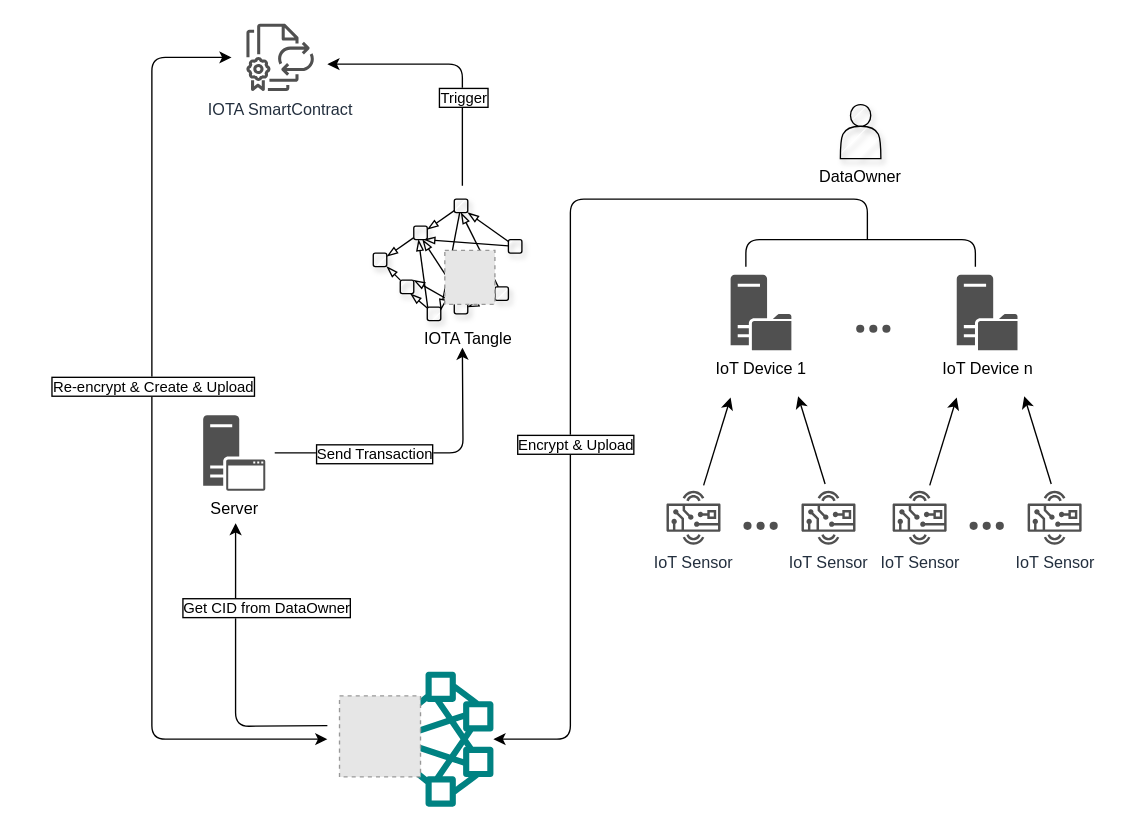
The draw.io diagram page "DataUploading" (3 of 5) of 碩論/Fig/Fig1.drawio in kuromasama/Paper, before the edit. Source tidied: cells renumbered, new cells numbered last; positions are measured from the earlier drawing's top-left corner, leaving out a move shared by most shapes. Both pictures are drawn from the tidied source at 135%, with x=0, y=0 at pixel (151, 23). Pictures stored in the file or linked from it are replaced by grey dashed boxes.
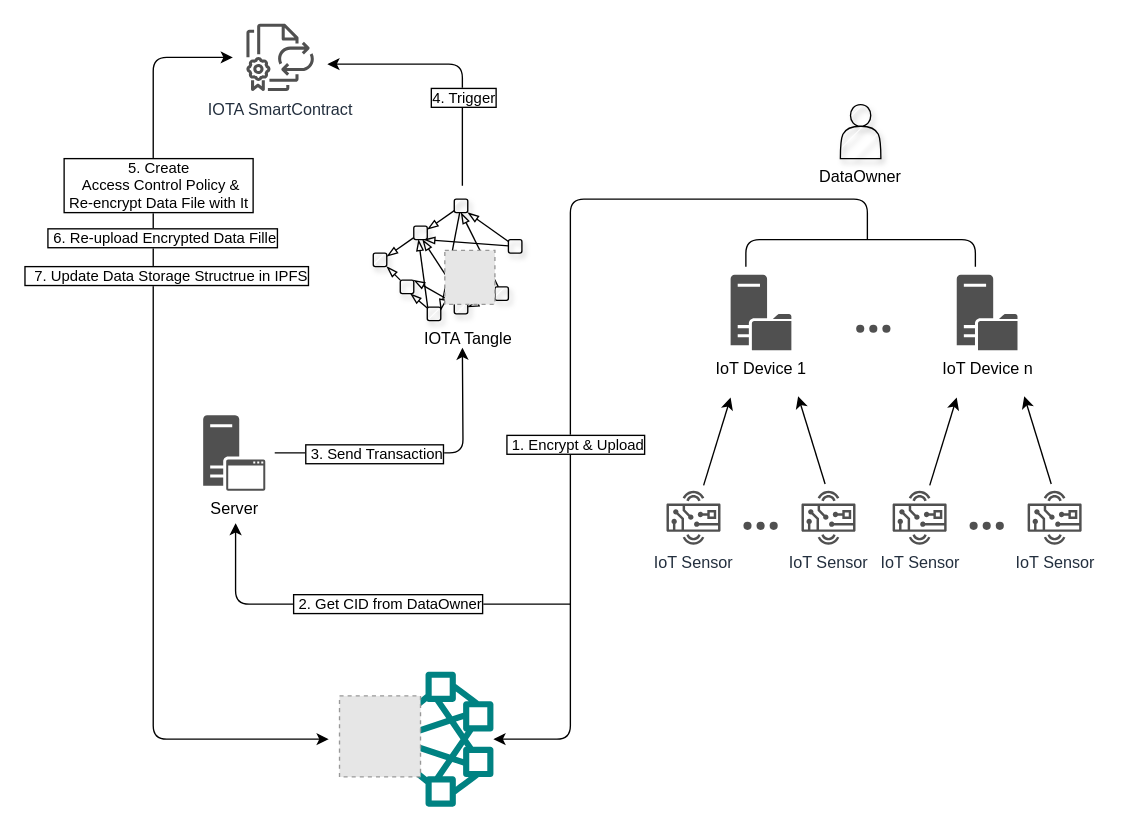
The same diagram, later.

The change refers to these unchanged cells:
```xml
<mxCell id="3" value="Server" style="sketch=0;shadow=0;dashed=0;html=1;strokeColor=none;fillColor=#505050;labelPosition=center;verticalLabelPosition=bottom;verticalAlign=top;outlineConnect=0;align=center;shape=mxgraph.office.servers.application_server;comic=0;fillStyle=auto;fontFamily=Helvetica;fontSize=12;fontColor=default;" parent="1" vertex="1">
  <mxGeometry x="38" y="290" width="46" height="56" as="geometry" />
</mxCell>
<mxCell id="4" style="edgeStyle=elbowEdgeStyle;rounded=1;jumpSize=6;orthogonalLoop=1;jettySize=auto;html=1;strokeWidth=1;fontFamily=Helvetica;fontSize=11;fontColor=none;sourcePerimeterSpacing=16;targetPerimeterSpacing=15;elbow=vertical;" parent="1" edge="1">
  <mxGeometry relative="1" as="geometry">
    <mxPoint x="230" y="120" as="sourcePoint" />
    <mxPoint x="130" y="30" as="targetPoint" />
    <Array as="points">
      <mxPoint x="220" y="30" />
      <mxPoint x="390" y="30" />
    </Array>
  </mxGeometry>
</mxCell>
<mxCell id="6" value="IOTA SmartContract" style="sketch=0;outlineConnect=0;fontColor=#232F3E;gradientColor=none;fillColor=#505050;strokeColor=none;dashed=0;verticalLabelPosition=bottom;verticalAlign=top;align=center;html=1;fontSize=12;fontStyle=0;shape=mxgraph.aws4.license_manager_license_blending;shadow=0;comic=0;fillStyle=auto;fontFamily=Helvetica;" parent="1" vertex="1">
  <mxGeometry x="70" width="50" height="50" as="geometry" />
</mxCell>
<mxCell id="58" style="edgeStyle=orthogonalEdgeStyle;rounded=1;jumpSize=6;jettySize=auto;html=1;strokeWidth=1;fontFamily=Helvetica;fontSize=11;fontColor=none;sourcePerimeterSpacing=7;elbow=vertical;endArrow=classic;endFill=1;" parent="1" edge="1" source="3">
  <mxGeometry relative="1" as="geometry">
    <mxPoint x="230" y="240" as="targetPoint" />
  </mxGeometry>
</mxCell>
<mxCell id="60" style="edgeStyle=orthogonalEdgeStyle;rounded=1;jettySize=auto;html=1;fontFamily=Helvetica;fontSize=12;fontColor=default;sourcePerimeterSpacing=6;endArrow=classic;endFill=1;" parent="1" edge="1" target="8">
  <mxGeometry relative="1" as="geometry">
    <mxPoint x="530" y="160" as="sourcePoint" />
    <Array as="points">
      <mxPoint x="310" y="130" />
      <mxPoint x="310" y="530" />
    </Array>
  </mxGeometry>
</mxCell>
```

Change to the diagram source:
```diff
@@
-    <mxCell id="5" value="Trigger" style="edgeLabel;html=1;align=center;verticalAlign=middle;fontSize=11;fontFamily=Helvetica;fontColor=none;labelBorderColor=default;" parent="4" vertex="1">
+    <mxCell id="5" value="4. Trigger" style="edgeLabel;html=1;align=center;verticalAlign=middle;fontSize=11;fontFamily=Helvetica;fontColor=none;labelBorderColor=default;" parent="4" vertex="1">
       <mxGeometry x="-0.31" relative="1" as="geometry" />
     </mxCell>
@@
     <mxCell id="34" style="edgeStyle=orthogonalEdgeStyle;rounded=1;jettySize=auto;html=1;entryX=0.522;entryY=1.429;entryDx=0;entryDy=0;entryPerimeter=0;fontFamily=Helvetica;fontSize=11;fontColor=none;targetPerimeterSpacing=6;startArrow=none;" parent="1" edge="1" target="3">
       <mxGeometry relative="1" as="geometry">
-        <mxPoint x="130" y="520" as="sourcePoint" />
+        <mxPoint x="310" y="430" as="sourcePoint" />
+        <Array as="points">
+          <mxPoint x="130" y="430" />
+          <mxPoint x="62" y="430" />
+        </Array>
       </mxGeometry>
     </mxCell>
-    <mxCell id="35" value="Get CID from DataOwner" style="edgeLabel;html=1;align=center;verticalAlign=middle;fontSize=11;labelBorderColor=default;" parent="34" vertex="1">
+    <mxCell id="35" value="&amp;nbsp;2. Get CID from DataOwner" style="edgeLabel;html=1;align=center;verticalAlign=middle;fontSize=11;labelBorderColor=default;" parent="34" vertex="1">
       <mxGeometry x="0.43" y="-1" relative="1" as="geometry">
-        <mxPoint x="21" as="offset" />
+        <mxPoint x="84" as="offset" />
       </mxGeometry>
     </mxCell>
@@
-    <mxCell id="59" value="Send Transaction" style="edgeLabel;html=1;align=center;verticalAlign=middle;fontSize=11;labelBorderColor=default;" parent="58" vertex="1">
+    <mxCell id="59" value="&amp;nbsp;3. Send Transaction" style="edgeLabel;html=1;align=center;verticalAlign=middle;fontSize=11;labelBorderColor=default;" parent="58" vertex="1">
       <mxGeometry x="-0.17" y="-1" relative="1" as="geometry">
         <mxPoint x="-17" y="-1" as="offset" />
       </mxGeometry>
     </mxCell>
@@
-    <mxCell id="61" value="Encrypt &amp;amp; Upload" style="edgeLabel;html=1;align=center;verticalAlign=middle;fontSize=11;labelBorderColor=default;" parent="60" vertex="1">
+    <mxCell id="61" value="&amp;nbsp;1. Encrypt &amp;amp; Upload" style="edgeLabel;html=1;align=center;verticalAlign=middle;fontSize=11;labelBorderColor=default;" parent="60" vertex="1">
       <mxGeometry x="0.22" y="3" relative="1" as="geometry" />
     </mxCell>
-    <mxCell id="62" style="edgeStyle=elbowEdgeStyle;rounded=1;jettySize=auto;html=1;sourcePerimeterSpacing=11;orthogonal=0;arcSize=20;startArrow=classic;startFill=1;endArrow=classic;endFill=1;" parent="1" edge="1" source="6">
+    <mxCell id="62" style="edgeStyle=elbowEdgeStyle;rounded=1;orthogonalLoop=1;jettySize=auto;html=1;sourcePerimeterSpacing=11;orthogonal=0;arcSize=20;startArrow=classic;startFill=1;endArrow=classic;endFill=1;" parent="1" edge="1">
       <mxGeometry relative="1" as="geometry">
-        <mxPoint x="130" y="530" as="targetPoint" />
+        <mxPoint x="60" y="25" as="sourcePoint" />
+        <mxPoint x="131" y="530" as="targetPoint" />
         <Array as="points">
-          <mxPoint y="25" />
-          <mxPoint y="510" />
-          <mxPoint y="280" />
+          <mxPoint x="1" y="25" />
+          <mxPoint x="1" y="510" />
+          <mxPoint x="1" y="280" />
         </Array>
       </mxGeometry>
     </mxCell>
-    <mxCell id="63" value="Re-encrypt &amp;amp; Create &amp;amp; Upload" style="edgeLabel;html=1;align=center;verticalAlign=middle;fontSize=11;labelBorderColor=default;" parent="62" vertex="1">
+    <mxCell id="63" value="&amp;nbsp;6. Re-upload Encrypted Data Fille" style="edgeLabel;html=1;align=center;verticalAlign=middle;fontSize=11;labelBorderColor=default;" parent="62" vertex="1">
       <mxGeometry x="-0.46" y="-3" relative="1" as="geometry">
-        <mxPoint x="3" y="116" as="offset" />
+        <mxPoint x="9" y="5" as="offset" />
       </mxGeometry>
     </mxCell>
+    <mxCell id="64" value="5. Create&lt;br&gt;&amp;nbsp;Access Control Policy &amp;amp;&lt;br&gt;&amp;nbsp;Re-encrypt Data File with It&amp;nbsp;" style="edgeLabel;html=1;align=center;verticalAlign=middle;labelBorderColor=default;" parent="62" vertex="1">
+      <mxGeometry x="-0.31" y="1" relative="1" as="geometry">
+        <mxPoint x="2" y="-86" as="offset" />
+      </mxGeometry>
+    </mxCell>
+    <mxCell id="65" value="&amp;nbsp; 7. Update Data Storage Structrue in IPFS" style="edgeLabel;html=1;align=center;verticalAlign=middle;labelBorderColor=default;" parent="62" vertex="1">
+      <mxGeometry x="-0.24" y="-1" relative="1" as="geometry">
+        <mxPoint x="10" y="-44" as="offset" />
+      </mxGeometry>
+    </mxCell>
```
